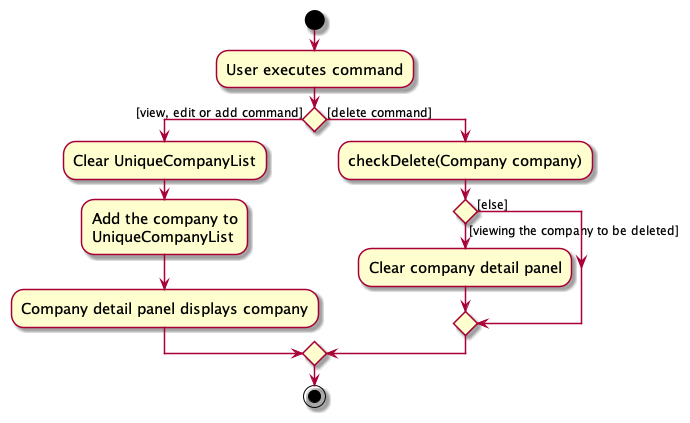
tayruxin/tp keeps this PlantUML diagram as docs/images/CompanyDetailPanelActivityDiagram.png. Above is the earlier version.
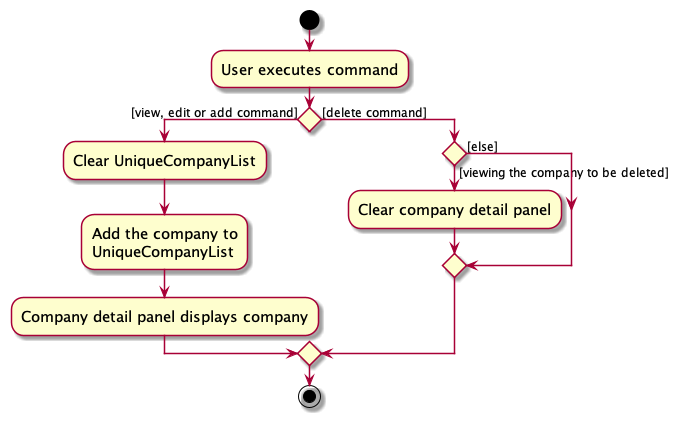
The same file after the commit.

Diff of the diagram source:
```diff
@@ -12,7 +12,6 @@
     UniqueCompanyList;
     :Company detail panel displays company;
 else ([delete command])
-    :checkDelete(Company company);
     if () then ([viewing the company to be deleted])
         :Clear company detail panel;
     else ([else])
```
